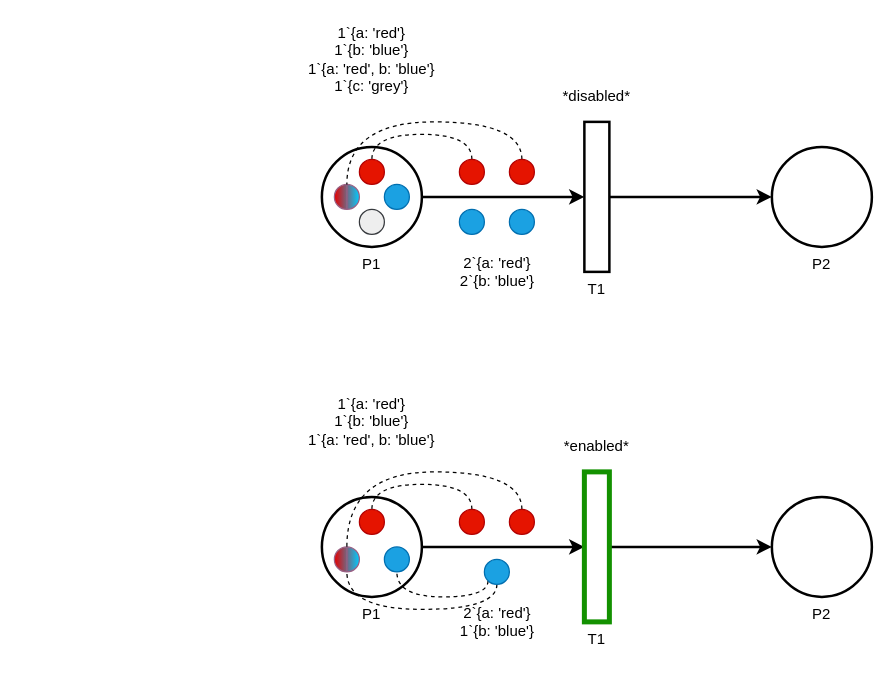
Above: page "Bindings" (1 of 2) of docs/Experimental-Nets.drawio in valooford/OntoNet-CPN (draw.io), before the change. Source tidied: cells renumbered, new cells numbered last; positions are measured from the earlier drawing's top-left corner, leaving out a move shared by most shapes. Both pictures are drawn from the tidied source at 125%, with x=0, y=0 at pixel (296, 21).
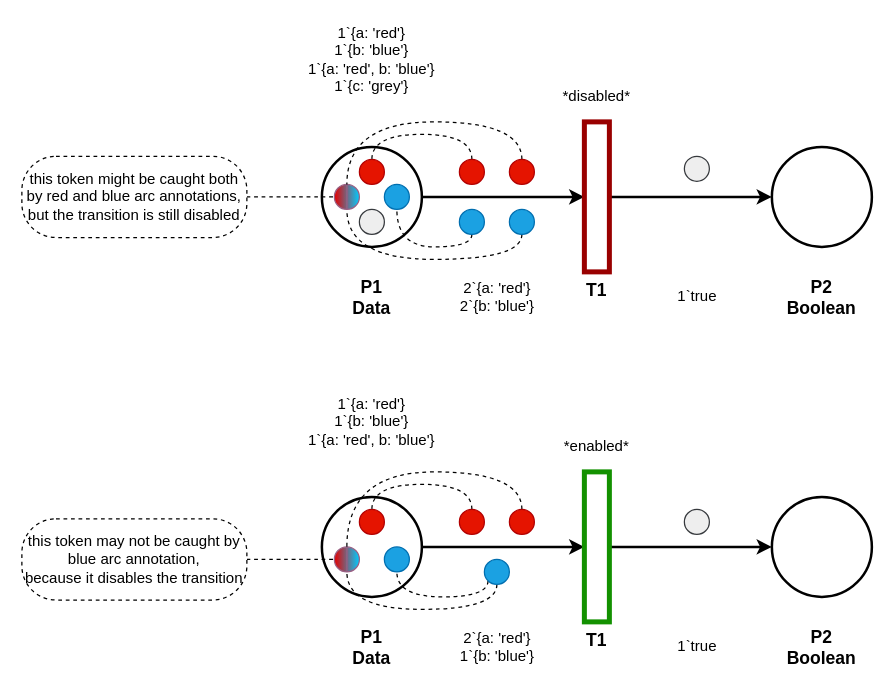
After the change.

Commit message (it also covers changes not shown here):
Notes for bindings nets were added to their diagram

The change refers to these unchanged cells:
```xml
<mxCell id="8" style="ellipse;whiteSpace=wrap;html=1;fillColor=#1ba1e2;strokeColor=#006EAF;fontColor=#ffffff;" parent="1" vertex="1">
  <mxGeometry x="70" y="130" width="20" height="20" as="geometry" />
</mxCell>
<mxCell id="10" style="shape=lineEllipse;line=vertical;perimeter=ellipsePerimeter;whiteSpace=wrap;html=1;backgroundOutline=1;strokeColor=#996185;gradientDirection=east;fillColor=#E60000;gradientColor=#00CCFF;" parent="1" vertex="1">
  <mxGeometry x="30" y="130" width="20" height="20" as="geometry" />
</mxCell>
<mxCell id="15" style="ellipse;whiteSpace=wrap;html=1;fillColor=#1ba1e2;strokeColor=#006EAF;fontColor=#ffffff;" parent="1" vertex="1">
  <mxGeometry x="130" y="150" width="20" height="20" as="geometry" />
</mxCell>
<mxCell id="16" style="ellipse;whiteSpace=wrap;html=1;fillColor=#1ba1e2;strokeColor=#006EAF;fontColor=#ffffff;" parent="1" vertex="1">
  <mxGeometry x="170" y="150" width="20" height="20" as="geometry" />
</mxCell>
<mxCell id="24" style="shape=lineEllipse;line=vertical;perimeter=ellipsePerimeter;whiteSpace=wrap;html=1;backgroundOutline=1;strokeColor=#996185;gradientDirection=east;fillColor=#E60000;gradientColor=#00CCFF;" parent="1" vertex="1">
  <mxGeometry x="30" y="420" width="20" height="20" as="geometry" />
</mxCell>
```

The edit, as a diff of the source:
```diff
@@
     <mxCell id="2" value="2`{a: 'red'}&lt;br style=&quot;font-size: 12px;&quot;&gt;2`{b: 'blue'}" style="edgeStyle=orthogonalEdgeStyle;curved=1;rounded=0;jettySize=auto;html=1;exitX=1;exitY=0.5;exitDx=0;exitDy=0;entryX=0;entryY=0.5;entryDx=0;entryDy=0;strokeWidth=2;fontSize=12;" parent="1" edge="1" source="3" target="5">
-      <mxGeometry x="-0.08" y="-60" relative="1" as="geometry" />
+      <mxGeometry x="-0.08" y="-80" relative="1" as="geometry" />
     </mxCell>
-    <mxCell id="3" value="P1" style="ellipse;whiteSpace=wrap;html=1;strokeWidth=2;verticalAlign=top;labelPosition=center;verticalLabelPosition=bottom;align=center;" parent="1" vertex="1">
+    <mxCell id="3" value="P1&lt;br&gt;Data" style="ellipse;whiteSpace=wrap;html=1;strokeWidth=2;verticalAlign=middle;labelPosition=center;verticalLabelPosition=bottom;align=center;fontStyle=1;fontSize=14;" parent="1" vertex="1">
       <mxGeometry x="20" y="100" width="80" height="80" as="geometry" />
     </mxCell>
-    <mxCell id="4" style="edgeStyle=orthogonalEdgeStyle;rounded=0;jettySize=auto;html=1;exitX=1;exitY=0.5;exitDx=0;exitDy=0;entryX=0;entryY=0.5;entryDx=0;entryDy=0;strokeWidth=2;curved=1;" parent="1" edge="1" source="5" target="6">
-      <mxGeometry relative="1" as="geometry" />
+    <mxCell id="4" value="&lt;font style=&quot;font-size: 12px&quot;&gt;1`true&lt;/font&gt;" style="edgeStyle=orthogonalEdgeStyle;rounded=0;jettySize=auto;html=1;exitX=1;exitY=0.5;exitDx=0;exitDy=0;entryX=0;entryY=0.5;entryDx=0;entryDy=0;strokeWidth=2;curved=1;" parent="1" edge="1" source="5" target="6">
+      <mxGeometry x="0.08" y="-80" relative="1" as="geometry" />
     </mxCell>
-    <mxCell id="5" value="T1" style="rounded=0;whiteSpace=wrap;html=1;strokeWidth=2;labelPosition=center;verticalLabelPosition=bottom;align=center;verticalAlign=top;" parent="1" vertex="1">
+    <mxCell id="5" value="T1" style="rounded=0;whiteSpace=wrap;html=1;strokeWidth=4;labelPosition=center;verticalLabelPosition=bottom;align=center;verticalAlign=top;strokeColor=#990000;fontStyle=1;fontSize=14;" parent="1" vertex="1">
       <mxGeometry x="230" y="80" width="20" height="120" as="geometry" />
     </mxCell>
-    <mxCell id="6" value="P2" style="ellipse;whiteSpace=wrap;html=1;strokeWidth=2;verticalAlign=top;labelPosition=center;verticalLabelPosition=bottom;align=center;" parent="1" vertex="1">
+    <mxCell id="6" value="P2&lt;br&gt;Boolean" style="ellipse;whiteSpace=wrap;html=1;strokeWidth=2;verticalAlign=middle;labelPosition=center;verticalLabelPosition=bottom;align=center;fontStyle=1;fontSize=14;" parent="1" vertex="1">
       <mxGeometry x="380" y="100" width="80" height="80" as="geometry" />
     </mxCell>
@@
+    <mxCell id="36" style="edgeStyle=orthogonalEdgeStyle;curved=1;rounded=0;jettySize=auto;html=1;exitX=0.5;exitY=1;exitDx=0;exitDy=0;dashed=1;endArrow=none;endFill=0;fontSize=12;entryX=0.5;entryY=1;entryDx=0;entryDy=0;" parent="1" edge="1" source="15" target="8">
+      <mxGeometry relative="1" as="geometry">
+        <Array as="points">
+          <mxPoint x="140" y="180" />
+          <mxPoint x="80" y="180" />
+        </Array>
+      </mxGeometry>
+    </mxCell>
@@
+    <mxCell id="37" style="edgeStyle=orthogonalEdgeStyle;curved=1;rounded=0;jettySize=auto;html=1;exitX=0.5;exitY=1;exitDx=0;exitDy=0;entryX=0.5;entryY=1;entryDx=0;entryDy=0;dashed=1;endArrow=none;endFill=0;fontSize=12;" parent="1" edge="1" source="16" target="10">
+      <mxGeometry relative="1" as="geometry" />
+    </mxCell>
@@
     <mxCell id="17" value="&lt;span style=&quot;font-size: 12px&quot;&gt;2`{a: 'red'}&lt;/span&gt;&lt;br style=&quot;font-size: 12px&quot;&gt;&lt;span style=&quot;font-size: 12px&quot;&gt;1`{b: 'blue'}&lt;/span&gt;" style="edgeStyle=orthogonalEdgeStyle;curved=1;rounded=0;jettySize=auto;html=1;exitX=1;exitY=0.5;exitDx=0;exitDy=0;entryX=0;entryY=0.5;entryDx=0;entryDy=0;strokeWidth=2;" parent="1" edge="1" source="18" target="20">
-      <mxGeometry x="-0.08" y="-60" relative="1" as="geometry" />
+      <mxGeometry x="-0.08" y="-80" relative="1" as="geometry" />
     </mxCell>
-    <mxCell id="18" value="P1" style="ellipse;whiteSpace=wrap;html=1;strokeWidth=2;verticalAlign=top;labelPosition=center;verticalLabelPosition=bottom;align=center;" parent="1" vertex="1">
+    <mxCell id="18" value="P1&lt;br&gt;Data" style="ellipse;whiteSpace=wrap;html=1;strokeWidth=2;verticalAlign=middle;labelPosition=center;verticalLabelPosition=bottom;align=center;fontStyle=1;fontSize=14;" parent="1" vertex="1">
       <mxGeometry x="20" y="380" width="80" height="80" as="geometry" />
     </mxCell>
-    <mxCell id="19" style="edgeStyle=orthogonalEdgeStyle;rounded=0;jettySize=auto;html=1;exitX=1;exitY=0.5;exitDx=0;exitDy=0;entryX=0;entryY=0.5;entryDx=0;entryDy=0;strokeWidth=2;curved=1;" parent="1" edge="1" source="20" target="21">
-      <mxGeometry relative="1" as="geometry" />
+    <mxCell id="19" value="&lt;font style=&quot;font-size: 12px&quot;&gt;1`true&lt;/font&gt;" style="edgeStyle=orthogonalEdgeStyle;rounded=0;jettySize=auto;html=1;exitX=1;exitY=0.5;exitDx=0;exitDy=0;entryX=0;entryY=0.5;entryDx=0;entryDy=0;strokeWidth=2;curved=1;" parent="1" edge="1" source="20" target="21">
+      <mxGeometry x="0.08" y="-80" relative="1" as="geometry" />
     </mxCell>
-    <mxCell id="20" value="T1" style="rounded=0;whiteSpace=wrap;html=1;strokeWidth=4;labelPosition=center;verticalLabelPosition=bottom;align=center;verticalAlign=top;shadow=0;strokeColor=#139100;" parent="1" vertex="1">
+    <mxCell id="20" value="T1" style="rounded=0;whiteSpace=wrap;html=1;strokeWidth=4;labelPosition=center;verticalLabelPosition=bottom;align=center;verticalAlign=top;shadow=0;strokeColor=#139100;fontStyle=1;fontSize=14;" parent="1" vertex="1">
       <mxGeometry x="230" y="360" width="20" height="120" as="geometry" />
     </mxCell>
-    <mxCell id="21" value="P2" style="ellipse;whiteSpace=wrap;html=1;strokeWidth=2;verticalAlign=top;labelPosition=center;verticalLabelPosition=bottom;align=center;" parent="1" vertex="1">
+    <mxCell id="21" value="P2&lt;br&gt;Boolean" style="ellipse;whiteSpace=wrap;html=1;strokeWidth=2;verticalAlign=middle;labelPosition=center;verticalLabelPosition=bottom;align=center;fontStyle=1;fontSize=14;" parent="1" vertex="1">
       <mxGeometry x="380" y="380" width="80" height="80" as="geometry" />
     </mxCell>
@@
+    <mxCell id="38" style="edgeStyle=orthogonalEdgeStyle;curved=1;rounded=0;jettySize=auto;html=1;exitX=1;exitY=0.5;exitDx=0;exitDy=0;entryX=0;entryY=0.5;entryDx=0;entryDy=0;dashed=1;endArrow=none;endFill=0;fontSize=12;" parent="1" edge="1" source="39" target="24">
+      <mxGeometry relative="1" as="geometry" />
+    </mxCell>
+    <mxCell id="39" value="&lt;span&gt;this token may not be caught by blue arc annotation,&lt;br&gt;because it disables the transition&lt;br&gt;&lt;/span&gt;" style="rounded=1;whiteSpace=wrap;html=1;strokeColor=#000000;strokeWidth=1;fontSize=12;arcSize=42;dashed=1;" parent="1" vertex="1">
+      <mxGeometry x="-220" y="397.5" width="180" height="65" as="geometry" />
+    </mxCell>
+    <mxCell id="40" style="edgeStyle=orthogonalEdgeStyle;curved=1;rounded=0;jettySize=auto;html=1;exitX=1;exitY=0.5;exitDx=0;exitDy=0;entryX=0;entryY=0.5;entryDx=0;entryDy=0;dashed=1;endArrow=none;endFill=0;fontSize=12;" parent="1" edge="1" source="41" target="10">
+      <mxGeometry relative="1" as="geometry" />
+    </mxCell>
+    <mxCell id="41" value="&lt;span&gt;this token might be caught both by red and blue arc annotations,&lt;br&gt;but the transition is still disabled&lt;br&gt;&lt;/span&gt;" style="rounded=1;whiteSpace=wrap;html=1;strokeColor=#000000;strokeWidth=1;fontSize=12;arcSize=42;dashed=1;" parent="1" vertex="1">
+      <mxGeometry x="-220" y="107.5" width="180" height="65" as="geometry" />
+    </mxCell>
+    <mxCell id="42" style="ellipse;whiteSpace=wrap;html=1;fillColor=#eeeeee;strokeColor=#36393d;" parent="1" vertex="1">
+      <mxGeometry x="310" y="107.5" width="20" height="20" as="geometry" />
+    </mxCell>
+    <mxCell id="43" style="ellipse;whiteSpace=wrap;html=1;fillColor=#eeeeee;strokeColor=#36393d;" parent="1" vertex="1">
+      <mxGeometry x="310" y="390" width="20" height="20" as="geometry" />
+    </mxCell>
```
